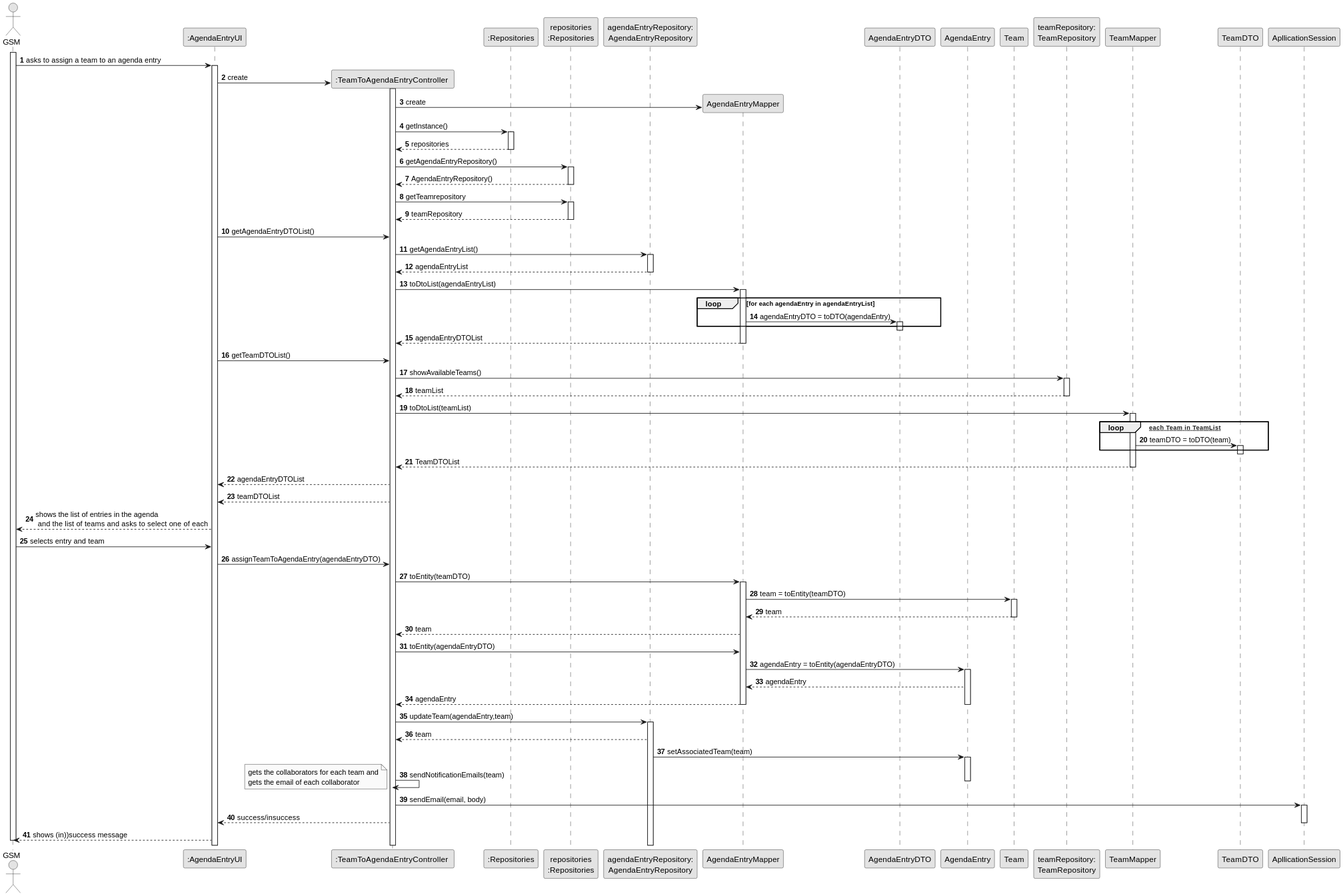
This is docs/sprintC/us023/03.design/svg/us023-sequence-diagram-full.svg from Departamento-de-Engenharia-Informatica/lei-24-s2-1do-g164, a PlantUML export, as it was before one commit. Source of this version:
```plantuml
@startuml
skinparam monochrome true
skinparam packageStyle rectangle
skinparam shadowing false

autonumber

actor "GSM" as GSM
participant ":AgendaEntryUI" as ui
participant ":TeamToAgendaEntryController " as ctrl
participant ":Repositories" as RepositorySingleton
participant "repositories\n:Repositories" as plat
participant "agendaEntryRepository:\nAgendaEntryRepository" as agendaRepo
participant "AgendaEntryMapper" as agendaMapper
participant AgendaEntryDTO as AgendaEntryDTO
participant "AgendaEntry" as agendaEntry
participant "Team" as team
participant "teamRepository:\nTeamRepository" as teamRepo
participant "TeamMapper"
participant "TeamDTO" as TeamDTO
participant "ApllicationSession" as app


activate GSM

                GSM -> ui : asks to assign a team to an agenda entry

                activate ui

                ui -> ctrl** : create

                activate ctrl

                ctrl-> agendaMapper** : create

                ctrl -> RepositorySingleton : getInstance()
                activate RepositorySingleton

                    RepositorySingleton --> ctrl: repositories
                deactivate RepositorySingleton

                ctrl -> plat : getAgendaEntryRepository()
                activate plat

                    plat --> ctrl: AgendaEntryRepository()
                deactivate plat

                ctrl-> plat: getTeamrepository
                activate plat

                plat--> ctrl: teamRepository

                deactivate plat

                ui-> ctrl: getAgendaEntryDTOList()


                ctrl -> agendaRepo : getAgendaEntryList()
                activate agendaRepo

                agendaRepo --> ctrl: agendaEntryList
                deactivate agendaRepo

                ctrl -> agendaMapper : toDtoList(agendaEntryList)
                activate agendaMapper


                 loop for each agendaEntry in agendaEntryList

                 agendaMapper -> AgendaEntryDTO : agendaEntryDTO = toDTO(agendaEntry)

                  activate AgendaEntryDTO
                  end
                deactivate AgendaEntryDTO

                agendaMapper --> ctrl : agendaEntryDTOList
                deactivate agendaMapper

                ui -> ctrl :  getTeamDTOList()

                ctrl -> teamRepo : showAvailableTeams()
                activate teamRepo

                teamRepo --> ctrl: teamList
                deactivate teamRepo

                ctrl -> "TeamMapper":  toDtoList(teamList)
                activate "TeamMapper"

                loop  [for each Team in TeamList]

                "TeamMapper" -> TeamDTO: teamDTO = toDTO(team)
                activate TeamDTO

                end
                deactivate TeamDTO
                "TeamMapper" --> ctrl: TeamDTOList

                 deactivate "TeamMapper"
                 ctrl --> ui : agendaEntryDTOList
                 ctrl --> ui: teamDTOList

                 ui --> GSM: shows the list of entries in the agenda\n and the list of  teams and asks to select one of each

                 GSM -> ui: selects entry and team

                 ui->ctrl: assignTeamToAgendaEntry(agendaEntryDTO)

                 ctrl -> agendaMapper : toEntity(teamDTO)
                 activate agendaMapper

                 agendaMapper-> team: team = toEntity(teamDTO)
                 activate team
                 team--> agendaMapper: team
                 deactivate team

                 agendaMapper --> ctrl: team


                 ctrl -> agendaMapper : toEntity(agendaEntryDTO)


                 agendaMapper-> agendaEntry: agendaEntry = toEntity(agendaEntryDTO)
                 activate agendaEntry
                 agendaEntry--> agendaMapper: agendaEntry
                  agendaMapper --> ctrl: agendaEntry

                 deactivate agendaMapper


                 deactivate agendaEntry

                 ctrl -> agendaRepo: updateTeam(agendaEntry,team)
                 activate agendaRepo

                 agendaRepo--> ctrl: team


                agendaRepo -> agendaEntry: setAssociatedTeam(team)
                activate agendaEntry

                ctrl->ctrl: sendNotificationEmails(team)
                deactivate agendaEntry
                    note left: gets the collaborators for each team and\ngets the email of each collaborator
                ctrl-> app :  sendEmail(email, body)

                activate app

                ctrl --> ui: success/insuccess
                deactivate app
                ui--> GSM: shows (in))success message




deactivate GSM
@enduml
```
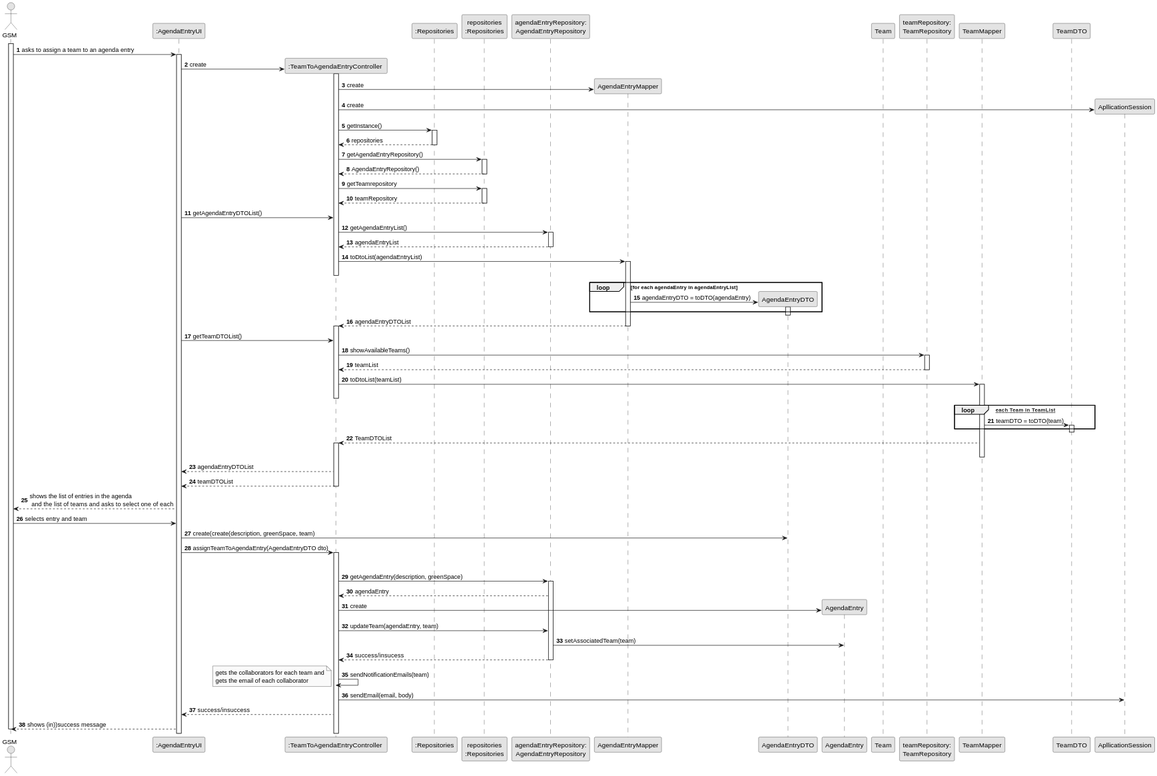
The same file after the commit.

Commit message:
us23(docs/implementation): change of methods, update of sd and class diagram (still missing interface and implementation of teamDTO)

What changed in the source:
```diff
@@ -32,6 +32,7 @@
                 activate ctrl
 
                 ctrl-> agendaMapper** : create
+                ctrl -> app** : create
 
                 ctrl -> RepositorySingleton : getInstance()
                 activate RepositorySingleton
@@ -63,11 +64,12 @@
 
                 ctrl -> agendaMapper : toDtoList(agendaEntryList)
                 activate agendaMapper
+                deactivate ctrl
 
 
                  loop for each agendaEntry in agendaEntryList
 
-                 agendaMapper -> AgendaEntryDTO : agendaEntryDTO = toDTO(agendaEntry)
+                 agendaMapper -> AgendaEntryDTO** : agendaEntryDTO = toDTO(agendaEntry)
 
                   activate AgendaEntryDTO
                   end
@@ -75,6 +77,7 @@
 
                 agendaMapper --> ctrl : agendaEntryDTOList
                 deactivate agendaMapper
+                activate ctrl
 
                 ui -> ctrl :  getTeamDTOList()
 
@@ -86,7 +89,7 @@
 
                 ctrl -> "TeamMapper":  toDtoList(teamList)
                 activate "TeamMapper"
-
+                deactivate ctrl
                 loop  [for each Team in TeamList]
 
                 "TeamMapper" -> TeamDTO: teamDTO = toDTO(team)
@@ -95,63 +98,48 @@
                 end
                 deactivate TeamDTO
                 "TeamMapper" --> ctrl: TeamDTOList
-
+                   activate ctrl
                  deactivate "TeamMapper"
                  ctrl --> ui : agendaEntryDTOList
                  ctrl --> ui: teamDTOList
-
+                deactivate ctrl
                  ui --> GSM: shows the list of entries in the agenda\n and the list of  teams and asks to select one of each
 
                  GSM -> ui: selects entry and team
 
-                 ui->ctrl: assignTeamToAgendaEntry(agendaEntryDTO)
-
-                 ctrl -> agendaMapper : toEntity(teamDTO)
-                 activate agendaMapper
-
-                 agendaMapper-> team: team = toEntity(teamDTO)
-                 activate team
-                 team--> agendaMapper: team
-                 deactivate team
-
-                 agendaMapper --> ctrl: team
+                 ui->AgendaEntryDTO: create(create(description, greenSpace, team)
 
 
-                 ctrl -> agendaMapper : toEntity(agendaEntryDTO)
+                 ui->ctrl: assignTeamToAgendaEntry(AgendaEntryDTO dto)
+                 activate ctrl
+
+                 deactivate AgendaEntryDTO
+                 ctrl -> agendaRepo: getAgendaEntry(description, greenSpace)
+
+                 activate agendaRepo
 
 
-                 agendaMapper-> agendaEntry: agendaEntry = toEntity(agendaEntryDTO)
-                 activate agendaEntry
-                 agendaEntry--> agendaMapper: agendaEntry
-                  agendaMapper --> ctrl: agendaEntry
 
-                 deactivate agendaMapper
+                 agendaRepo--> ctrl: agendaEntry
 
-
-                 deactivate agendaEntry
-
-                 ctrl -> agendaRepo: updateTeam(agendaEntry,team)
-                 activate agendaRepo
-
-                 agendaRepo--> ctrl: team
+                 ctrl -> agendaEntry**: create
+                 ctrl -> agendaRepo: updateTeam(agendaEntry, team)
 
 
                 agendaRepo -> agendaEntry: setAssociatedTeam(team)
-                activate agendaEntry
+
+                 agendaRepo--> ctrl: success/insucess
+                    deactivate
 
                 ctrl->ctrl: sendNotificationEmails(team)
                 deactivate agendaEntry
                     note left: gets the collaborators for each team and\ngets the email of each collaborator
                 ctrl-> app :  sendEmail(email, body)
 
-                activate app
 
                 ctrl --> ui: success/insuccess
                 deactivate app
                 ui--> GSM: shows (in))success message
 
-
-
-
 deactivate GSM
 @enduml
```
